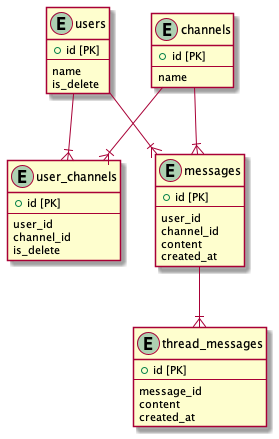
The PlantUML diagram 02/db_modeling2.png in tasdsn/praha, before a commit.
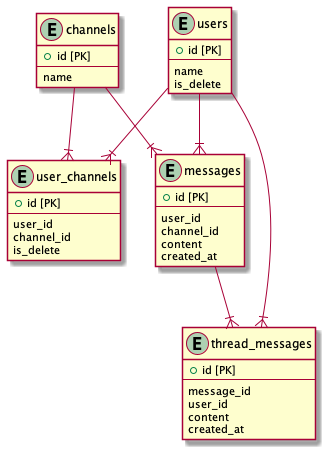
The same file after the commit.

Commit message:
fix:課題2user_id追加

Change to the diagram source:
```diff
@@ -34,6 +34,7 @@
   + id [PK]
   --
   message_id
+  user_id
   content
   created_at
 }
@@ -43,6 +44,7 @@
 channels       --|{ messages
 messages       --|{ thread_messages
 users          --|{ messages
+users          --|{ thread_messages
 
 
 @enduml
```
